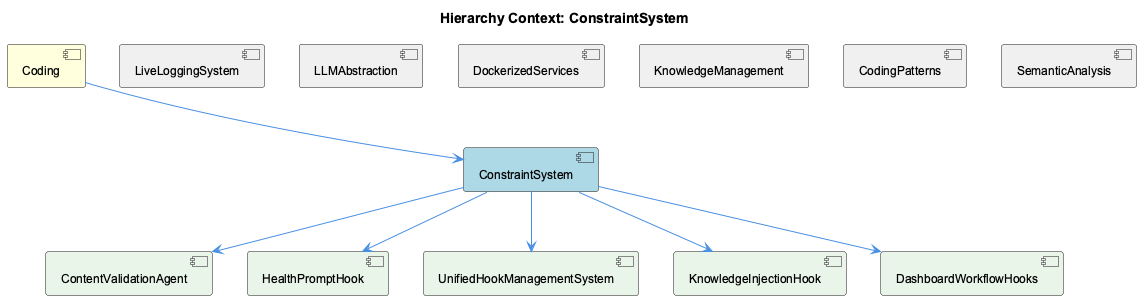
The PlantUML diagram knowledge-management/insights/images/constraint-system-relationship.png in fwornle/coding, before a commit.
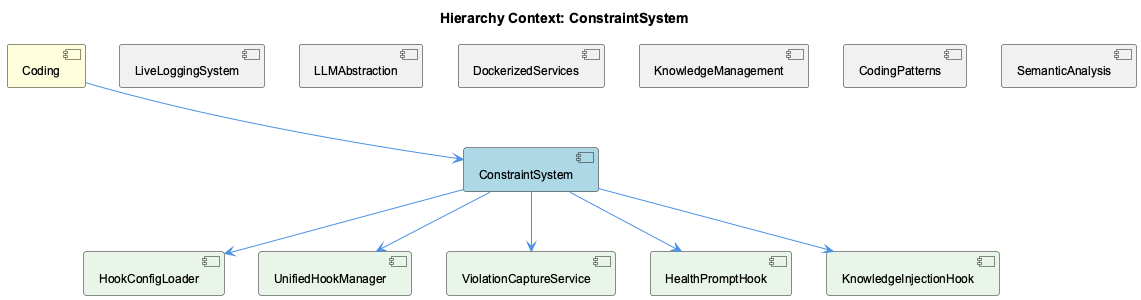
Above is the later version.

What changed in the source:
```diff
@@ -11,11 +11,11 @@
 [KnowledgeManagement] as knowledge_management #F0F0F0
 [CodingPatterns] as coding_patterns #F0F0F0
 [SemanticAnalysis] as semantic_analysis #F0F0F0
-[ContentValidationAgent] as content_validation_agent #E8F5E8
+[HookConfigLoader] as hook_config_loader #E8F5E8
+[UnifiedHookManager] as unified_hook_manager #E8F5E8
+[ViolationCaptureService] as violation_capture_service #E8F5E8
 [HealthPromptHook] as health_prompt_hook #E8F5E8
-[UnifiedHookManagementSystem] as unified_hook_management_system #E8F5E8
 [KnowledgeInjectionHook] as knowledge_injection_hook #E8F5E8
-[DashboardWorkflowHooks] as dashboard_workflow_hooks #E8F5E8
 
 coding --> constraint_system
 live_logging_system -[hidden]- constraint_system
@@ -24,10 +24,10 @@
 knowledge_management -[hidden]- constraint_system
 coding_patterns -[hidden]- constraint_system
 semantic_analysis -[hidden]- constraint_system
-constraint_system --> content_validation_agent
+constraint_system --> hook_config_loader
+constraint_system --> unified_hook_manager
+constraint_system --> violation_capture_service
 constraint_system --> health_prompt_hook
-constraint_system --> unified_hook_management_system
 constraint_system --> knowledge_injection_hook
-constraint_system --> dashboard_workflow_hooks
 
 @enduml
```
